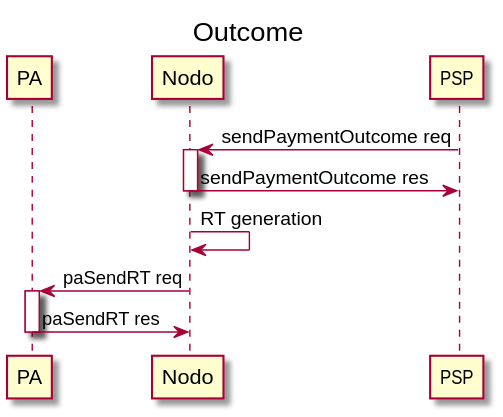
The PlantUML diagram docs/outcomeOK.svg in pagopa/pagopa-api, before a commit. Its diagram source:
```plantuml
@startuml uml_diag/outcomeOK
title Outcome

participant PA
participant Nodo
participant PSP

PSP -> Nodo: sendPaymentOutcome req
activate Nodo
Nodo -> PSP: sendPaymentOutcome res
deactivate Nodo
Nodo -> Nodo: RT generation
Nodo -> PA: paSendRT req
activate PA
PA -> Nodo: paSendRT res
deactivate PA

@enduml
```
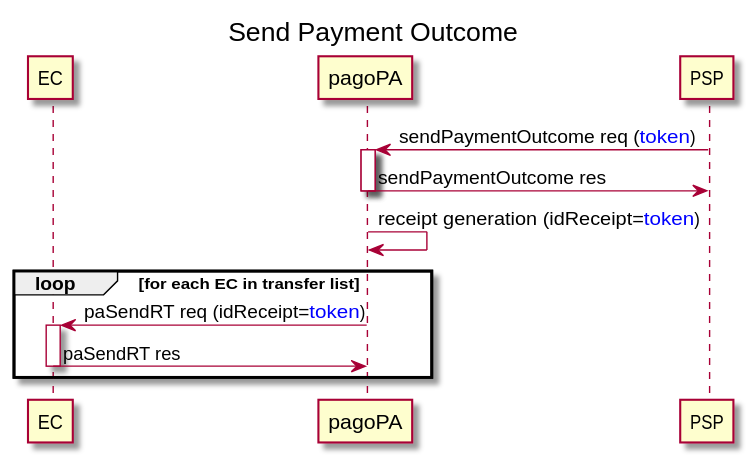
Later version of the same file.

What changed in the source:
```diff
@@ -1,18 +1,21 @@
 @startuml uml_diag/outcomeOK
-title Outcome
+title Send Payment Outcome
 
-participant PA
-participant Nodo
+participant EC
+participant pagoPA
 participant PSP
 
-PSP -> Nodo: sendPaymentOutcome req
-activate Nodo
-Nodo -> PSP: sendPaymentOutcome res
-deactivate Nodo
-Nodo -> Nodo: RT generation
-Nodo -> PA: paSendRT req
-activate PA
-PA -> Nodo: paSendRT res
-deactivate PA
+PSP -> pagoPA: sendPaymentOutcome req (<color blue>token</color>)
+activate pagoPA
+pagoPA -> PSP: sendPaymentOutcome res
+deactivate pagoPA
+pagoPA -> pagoPA: receipt generation (idReceipt=<color blue>token</color>)
+
+loop for each EC in transfer list
+    pagoPA -> EC: paSendRT req (idReceipt=<color blue>token</color>)
+    activate EC
+    EC -> pagoPA: paSendRT res
+    deactivate EC
+end
 
 @enduml
```
